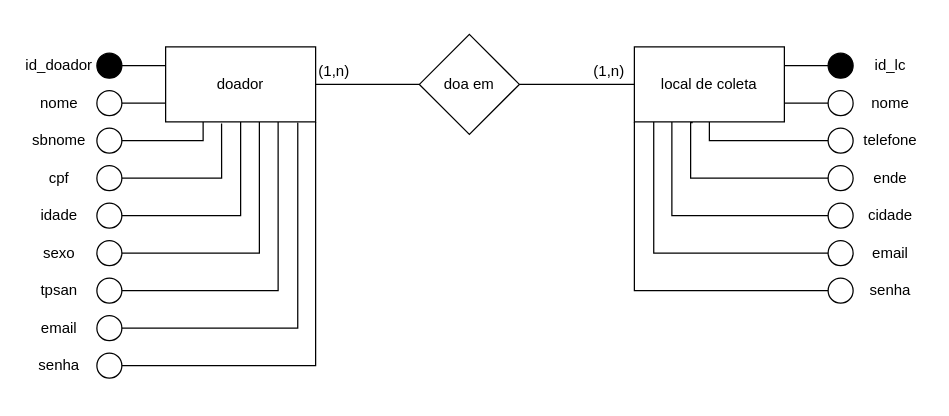
Above: Diagrama Conceitual.drawio in Aliel101/sistema-doacao-sangue (draw.io), before the change. Source tidied: cells renumbered, new cells numbered last; positions are measured from the earlier drawing's top-left corner, leaving out a move shared by most shapes. Both pictures are drawn from the tidied source at 125%, with x=0, y=0 at pixel (21, 34).
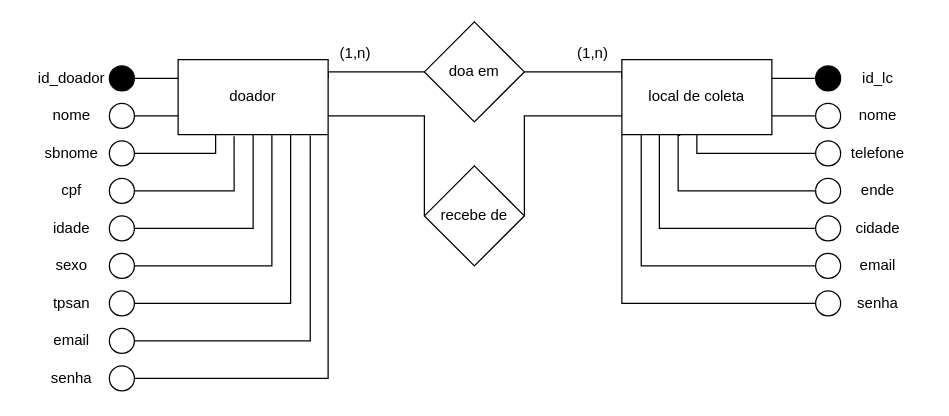
The same page after the edit.

What changed in the source:
```diff
@@
-    <mxCell id="2" style="edgeStyle=orthogonalEdgeStyle;rounded=0;jettySize=auto;html=1;exitX=1;exitY=0.5;exitDx=0;exitDy=0;entryX=0;entryY=0.5;entryDx=0;entryDy=0;endArrow=none;endFill=0;" parent="1" edge="1" source="3" target="5">
-      <mxGeometry relative="1" as="geometry" />
+    <mxCell id="2" style="edgeStyle=orthogonalEdgeStyle;rounded=0;jettySize=auto;html=1;exitX=1;exitY=0.25;exitDx=0;exitDy=0;entryX=0;entryY=0.5;entryDx=0;entryDy=0;endArrow=none;endFill=0;" parent="1" edge="1" source="3" target="5">
+      <mxGeometry relative="1" as="geometry">
+        <Array as="points">
+          <mxPoint x="245" y="30" />
+        </Array>
+      </mxGeometry>
     </mxCell>
     <mxCell id="3" value="doador" style="rounded=0;whiteSpace=wrap;html=1;" parent="1" vertex="1">
-      <mxGeometry x="115" y="10" width="120" height="60" as="geometry" />
+      <mxGeometry x="125" y="20.2" width="120" height="60" as="geometry" />
     </mxCell>
-    <mxCell id="4" style="edgeStyle=orthogonalEdgeStyle;rounded=0;jettySize=auto;html=1;exitX=1;exitY=0.5;exitDx=0;exitDy=0;entryX=0;entryY=0.5;entryDx=0;entryDy=0;endArrow=none;endFill=0;" parent="1" edge="1" source="5" target="9">
-      <mxGeometry relative="1" as="geometry" />
+    <mxCell id="4" style="edgeStyle=orthogonalEdgeStyle;rounded=0;jettySize=auto;html=1;exitX=1;exitY=0.5;exitDx=0;exitDy=0;entryX=0;entryY=0.25;entryDx=0;entryDy=0;endArrow=none;endFill=0;" parent="1" edge="1" source="5" target="9">
+      <mxGeometry relative="1" as="geometry">
+        <Array as="points">
+          <mxPoint x="480" y="30" />
+        </Array>
+      </mxGeometry>
     </mxCell>
     <mxCell id="5" value="doa em" style="rhombus;whiteSpace=wrap;html=1;" parent="1" vertex="1">
-      <mxGeometry x="318" width="80" height="80" as="geometry" />
+      <mxGeometry x="322" y="-10" width="80" height="80" as="geometry" />
     </mxCell>
@@
     <mxCell id="8" style="edgeStyle=orthogonalEdgeStyle;rounded=0;jettySize=auto;html=1;exitX=0.129;exitY=0.998;exitDx=0;exitDy=0;entryX=0;entryY=0.5;entryDx=0;entryDy=0;endArrow=none;endFill=0;exitPerimeter=0;" parent="1" edge="1" source="9" target="46">
       <mxGeometry relative="1" as="geometry">
         <Array as="points">
-          <mxPoint x="505" y="175" />
+          <mxPoint x="495" y="185.2" />
         </Array>
       </mxGeometry>
     </mxCell>
     <mxCell id="9" value="local de coleta" style="rounded=0;whiteSpace=wrap;html=1;" parent="1" vertex="1">
-      <mxGeometry x="490" y="10" width="120" height="60" as="geometry" />
+      <mxGeometry x="480" y="20.2" width="120" height="60" as="geometry" />
     </mxCell>
@@
     <mxCell id="11" style="ellipse;whiteSpace=wrap;html=1;fillColor=#000000;" parent="1" vertex="1">
-      <mxGeometry x="60" y="15" width="20" height="20" as="geometry" />
+      <mxGeometry x="70" y="25.2" width="20" height="20" as="geometry" />
     </mxCell>
     <mxCell id="12" style="ellipse;whiteSpace=wrap;html=1;" parent="1" vertex="1">
-      <mxGeometry x="60" y="75" width="20" height="20" as="geometry" />
+      <mxGeometry x="70" y="85.2" width="20" height="20" as="geometry" />
     </mxCell>
@@
     <mxCell id="14" style="ellipse;whiteSpace=wrap;html=1;" parent="1" vertex="1">
-      <mxGeometry x="60" y="45" width="20" height="20" as="geometry" />
+      <mxGeometry x="70" y="55.2" width="20" height="20" as="geometry" />
     </mxCell>
     <mxCell id="15" style="ellipse;whiteSpace=wrap;html=1;" parent="1" vertex="1">
-      <mxGeometry x="60" y="135" width="20" height="20" as="geometry" />
+      <mxGeometry x="70" y="145.2" width="20" height="20" as="geometry" />
     </mxCell>
     <mxCell id="16" style="edgeStyle=orthogonalEdgeStyle;rounded=0;jettySize=auto;html=1;exitX=1;exitY=0.5;exitDx=0;exitDy=0;entryX=0.373;entryY=1.023;entryDx=0;entryDy=0;endArrow=none;endFill=0;entryPerimeter=0;" parent="1" edge="1" source="17" target="3">
       <mxGeometry relative="1" as="geometry">
         <Array as="points">
-          <mxPoint x="160" y="115" />
+          <mxPoint x="170" y="125.2" />
         </Array>
       </mxGeometry>
     </mxCell>
     <mxCell id="17" style="ellipse;whiteSpace=wrap;html=1;" parent="1" vertex="1">
-      <mxGeometry x="60" y="105" width="20" height="20" as="geometry" />
+      <mxGeometry x="70" y="115.2" width="20" height="20" as="geometry" />
     </mxCell>
     <mxCell id="18" style="edgeStyle=orthogonalEdgeStyle;rounded=0;jettySize=auto;html=1;exitX=1;exitY=0.5;exitDx=0;exitDy=0;endArrow=none;endFill=0;" parent="1" edge="1" source="19">
       <mxGeometry relative="1" as="geometry">
-        <mxPoint x="190" y="70" as="targetPoint" />
+        <mxPoint x="200" y="80.2" as="targetPoint" />
         <Array as="points">
-          <mxPoint x="190" y="175" />
-          <mxPoint x="190" y="70" />
+          <mxPoint x="200" y="185.2" />
+          <mxPoint x="200" y="80.2" />
         </Array>
       </mxGeometry>
     </mxCell>
     <mxCell id="19" style="ellipse;whiteSpace=wrap;html=1;" parent="1" vertex="1">
-      <mxGeometry x="60" y="165" width="20" height="20" as="geometry" />
+      <mxGeometry x="70" y="175.2" width="20" height="20" as="geometry" />
     </mxCell>
     <mxCell id="20" value="id_doador" style="text;html=1;align=center;verticalAlign=middle;whiteSpace=wrap;rounded=0;" parent="1" vertex="1">
-      <mxGeometry y="10" width="60" height="30" as="geometry" />
+      <mxGeometry x="10" y="20.2" width="60" height="30" as="geometry" />
     </mxCell>
     <mxCell id="21" value="cpf" style="text;html=1;align=center;verticalAlign=middle;whiteSpace=wrap;rounded=0;" parent="1" vertex="1">
-      <mxGeometry y="100" width="60" height="30" as="geometry" />
+      <mxGeometry x="10" y="110.2" width="60" height="30" as="geometry" />
     </mxCell>
     <mxCell id="22" value="email" style="text;html=1;align=center;verticalAlign=middle;whiteSpace=wrap;rounded=0;" parent="1" vertex="1">
-      <mxGeometry y="217.5" width="60" height="35" as="geometry" />
+      <mxGeometry x="10" y="227.8" width="60" height="35" as="geometry" />
     </mxCell>
     <mxCell id="23" value="idade" style="text;html=1;align=center;verticalAlign=middle;whiteSpace=wrap;rounded=0;" parent="1" vertex="1">
-      <mxGeometry y="130" width="60" height="30" as="geometry" />
+      <mxGeometry x="10" y="140.2" width="60" height="30" as="geometry" />
     </mxCell>
     <mxCell id="24" value="tpsan" style="text;html=1;align=center;verticalAlign=middle;whiteSpace=wrap;rounded=0;" parent="1" vertex="1">
-      <mxGeometry y="190" width="60" height="30" as="geometry" />
+      <mxGeometry x="10" y="200.2" width="60" height="30" as="geometry" />
     </mxCell>
     <mxCell id="25" value="sexo" style="text;html=1;align=center;verticalAlign=middle;whiteSpace=wrap;rounded=0;" parent="1" vertex="1">
-      <mxGeometry y="160" width="60" height="30" as="geometry" />
+      <mxGeometry x="10" y="170.2" width="60" height="30" as="geometry" />
     </mxCell>
@@
     <mxCell id="27" style="edgeStyle=orthogonalEdgeStyle;rounded=0;jettySize=auto;html=1;exitX=1;exitY=0.5;exitDx=0;exitDy=0;entryX=0.25;entryY=1;entryDx=0;entryDy=0;endArrow=none;endFill=0;" parent="1" edge="1" source="12" target="3">
       <mxGeometry relative="1" as="geometry">
         <Array as="points">
-          <mxPoint x="145" y="85" />
+          <mxPoint x="155" y="95.2" />
         </Array>
       </mxGeometry>
     </mxCell>
     <mxCell id="28" style="ellipse;whiteSpace=wrap;html=1;fillColor=#000000;strokeColor=#000000;" parent="1" vertex="1">
-      <mxGeometry x="645" y="15" width="20" height="20" as="geometry" />
+      <mxGeometry x="635" y="25.2" width="20" height="20" as="geometry" />
     </mxCell>
     <mxCell id="29" style="ellipse;whiteSpace=wrap;html=1;" parent="1" vertex="1">
-      <mxGeometry x="645" y="45" width="20" height="20" as="geometry" />
+      <mxGeometry x="635" y="55.2" width="20" height="20" as="geometry" />
     </mxCell>
     <mxCell id="30" style="edgeStyle=orthogonalEdgeStyle;rounded=0;jettySize=auto;html=1;exitX=0;exitY=0.5;exitDx=0;exitDy=0;endArrow=none;endFill=0;entryX=0.25;entryY=1;entryDx=0;entryDy=0;" parent="1" edge="1" source="45" target="9">
       <mxGeometry relative="1" as="geometry">
         <Array as="points">
-          <mxPoint x="520" y="145" />
+          <mxPoint x="510" y="155.2" />
         </Array>
       </mxGeometry>
     </mxCell>
@@
     <mxCell id="32" style="edgeStyle=orthogonalEdgeStyle;rounded=0;jettySize=auto;html=1;exitX=0;exitY=0.5;exitDx=0;exitDy=0;entryX=0.5;entryY=1;entryDx=0;entryDy=0;endArrow=none;endFill=0;" parent="1" edge="1" source="33" target="9">
       <mxGeometry relative="1" as="geometry">
         <Array as="points">
-          <mxPoint x="550" y="85" />
+          <mxPoint x="540" y="95.2" />
         </Array>
       </mxGeometry>
     </mxCell>
     <mxCell id="33" style="ellipse;whiteSpace=wrap;html=1;" parent="1" vertex="1">
-      <mxGeometry x="645" y="75" width="20" height="20" as="geometry" />
+      <mxGeometry x="635" y="85.2" width="20" height="20" as="geometry" />
     </mxCell>
     <mxCell id="34" style="ellipse;whiteSpace=wrap;html=1;" parent="1" vertex="1">
-      <mxGeometry x="645" y="105" width="20" height="20" as="geometry" />
+      <mxGeometry x="635" y="115.2" width="20" height="20" as="geometry" />
     </mxCell>
@@
     <mxCell id="36" style="ellipse;whiteSpace=wrap;html=1;" parent="1" vertex="1">
-      <mxGeometry x="60" y="195" width="20" height="20" as="geometry" />
+      <mxGeometry x="70" y="205.2" width="20" height="20" as="geometry" />
     </mxCell>
     <mxCell id="37" style="ellipse;whiteSpace=wrap;html=1;" parent="1" vertex="1">
-      <mxGeometry x="60" y="225" width="20" height="20" as="geometry" />
+      <mxGeometry x="70" y="235.2" width="20" height="20" as="geometry" />
     </mxCell>
@@
     <mxCell id="39" style="ellipse;whiteSpace=wrap;html=1;" parent="1" vertex="1">
-      <mxGeometry x="60" y="255" width="20" height="20" as="geometry" />
+      <mxGeometry x="70" y="265.2" width="20" height="20" as="geometry" />
     </mxCell>
     <mxCell id="40" value="senha" style="text;html=1;align=center;verticalAlign=middle;whiteSpace=wrap;rounded=0;" parent="1" vertex="1">
-      <mxGeometry y="252.5" width="60" height="25" as="geometry" />
+      <mxGeometry x="10" y="262.8" width="60" height="25" as="geometry" />
     </mxCell>
     <mxCell id="41" value="nome" style="text;html=1;align=center;verticalAlign=middle;whiteSpace=wrap;rounded=0;" parent="1" vertex="1">
-      <mxGeometry y="40" width="60" height="30" as="geometry" />
+      <mxGeometry x="10" y="50.2" width="60" height="30" as="geometry" />
     </mxCell>
     <mxCell id="42" value="sbnome" style="text;html=1;align=center;verticalAlign=middle;whiteSpace=wrap;rounded=0;" parent="1" vertex="1">
-      <mxGeometry y="70" width="60" height="30" as="geometry" />
+      <mxGeometry x="10" y="80.2" width="60" height="30" as="geometry" />
     </mxCell>
@@
     <mxCell id="44" style="edgeStyle=orthogonalEdgeStyle;rounded=0;jettySize=auto;html=1;exitX=0;exitY=0.5;exitDx=0;exitDy=0;entryX=0;entryY=1;entryDx=0;entryDy=0;endArrow=none;endFill=0;" parent="1" edge="1" source="54" target="9">
       <mxGeometry relative="1" as="geometry">
         <Array as="points">
-          <mxPoint x="490" y="205" />
+          <mxPoint x="480" y="215.2" />
         </Array>
       </mxGeometry>
     </mxCell>
     <mxCell id="45" style="ellipse;whiteSpace=wrap;html=1;" parent="1" vertex="1">
-      <mxGeometry x="645" y="135" width="20" height="20" as="geometry" />
+      <mxGeometry x="635" y="145.2" width="20" height="20" as="geometry" />
     </mxCell>
     <mxCell id="46" style="ellipse;whiteSpace=wrap;html=1;" parent="1" vertex="1">
-      <mxGeometry x="645" y="165" width="20" height="20" as="geometry" />
+      <mxGeometry x="635" y="175.2" width="20" height="20" as="geometry" />
     </mxCell>
     <mxCell id="47" style="edgeStyle=orthogonalEdgeStyle;rounded=0;jettySize=auto;html=1;endArrow=none;endFill=0;entryX=0.389;entryY=1.01;entryDx=0;entryDy=0;entryPerimeter=0;" parent="1" edge="1" target="9">
       <mxGeometry relative="1" as="geometry">
-        <mxPoint x="645" y="115" as="sourcePoint" />
+        <mxPoint x="635" y="125.2" as="sourcePoint" />
         <Array as="points">
-          <mxPoint x="535" y="115" />
-          <mxPoint x="535" y="71" />
+          <mxPoint x="525" y="125.2" />
+          <mxPoint x="525" y="81.2" />
         </Array>
       </mxGeometry>
     </mxCell>
     <mxCell id="48" value="id_lc" style="text;html=1;align=center;verticalAlign=middle;whiteSpace=wrap;rounded=0;" parent="1" vertex="1">
-      <mxGeometry x="665" y="10" width="60" height="30" as="geometry" />
+      <mxGeometry x="655" y="20.2" width="60" height="30" as="geometry" />
     </mxCell>
     <mxCell id="49" value="nome" style="text;html=1;align=center;verticalAlign=middle;whiteSpace=wrap;rounded=0;" parent="1" vertex="1">
-      <mxGeometry x="665" y="40" width="60" height="30" as="geometry" />
+      <mxGeometry x="655" y="50.2" width="60" height="30" as="geometry" />
     </mxCell>
     <mxCell id="50" value="email" style="text;html=1;align=center;verticalAlign=middle;whiteSpace=wrap;rounded=0;" parent="1" vertex="1">
-      <mxGeometry x="665" y="160" width="60" height="30" as="geometry" />
+      <mxGeometry x="655" y="170.2" width="60" height="30" as="geometry" />
     </mxCell>
     <mxCell id="51" value="senha" style="text;html=1;align=center;verticalAlign=middle;whiteSpace=wrap;rounded=0;" parent="1" vertex="1">
-      <mxGeometry x="665" y="190" width="60" height="30" as="geometry" />
+      <mxGeometry x="655" y="200.2" width="60" height="30" as="geometry" />
     </mxCell>
     <mxCell id="52" value="ende" style="text;html=1;align=center;verticalAlign=middle;whiteSpace=wrap;rounded=0;" parent="1" vertex="1">
-      <mxGeometry x="665" y="100" width="60" height="30" as="geometry" />
+      <mxGeometry x="655" y="110.2" width="60" height="30" as="geometry" />
     </mxCell>
     <mxCell id="53" value="cidade" style="text;html=1;align=center;verticalAlign=middle;whiteSpace=wrap;rounded=0;" parent="1" vertex="1">
-      <mxGeometry x="665" y="130" width="60" height="30" as="geometry" />
+      <mxGeometry x="655" y="140.2" width="60" height="30" as="geometry" />
     </mxCell>
     <mxCell id="54" style="ellipse;whiteSpace=wrap;html=1;" parent="1" vertex="1">
-      <mxGeometry x="645" y="195" width="20" height="20" as="geometry" />
+      <mxGeometry x="635" y="205.2" width="20" height="20" as="geometry" />
     </mxCell>
     <mxCell id="55" value="telefone" style="text;html=1;align=center;verticalAlign=middle;whiteSpace=wrap;rounded=0;" parent="1" vertex="1">
-      <mxGeometry x="665" y="70" width="60" height="30" as="geometry" />
+      <mxGeometry x="655" y="80.2" width="60" height="30" as="geometry" />
     </mxCell>
     <mxCell id="56" value="(1,n)" style="text;html=1;align=center;verticalAlign=middle;whiteSpace=wrap;rounded=0;" parent="1" vertex="1">
-      <mxGeometry x="440" y="15" width="60" height="30" as="geometry" />
+      <mxGeometry x="427" width="60" height="30" as="geometry" />
     </mxCell>
     <mxCell id="57" value="(1,n)" style="text;html=1;align=center;verticalAlign=middle;whiteSpace=wrap;rounded=0;" parent="1" vertex="1">
-      <mxGeometry x="220" y="15" width="60" height="30" as="geometry" />
+      <mxGeometry x="237" width="60" height="30" as="geometry" />
     </mxCell>
+    <mxCell id="58" style="edgeStyle=orthogonalEdgeStyle;rounded=0;jettySize=auto;html=1;exitX=1;exitY=0.5;exitDx=0;exitDy=0;entryX=0;entryY=0.75;entryDx=0;entryDy=0;endArrow=none;endFill=0;" parent="1" edge="1" source="60" target="9">
+      <mxGeometry relative="1" as="geometry">
+        <Array as="points">
+          <mxPoint x="402" y="65" />
+        </Array>
+      </mxGeometry>
+    </mxCell>
+    <mxCell id="59" style="edgeStyle=orthogonalEdgeStyle;rounded=0;jettySize=auto;html=1;exitX=0;exitY=0.5;exitDx=0;exitDy=0;entryX=1;entryY=0.75;entryDx=0;entryDy=0;endArrow=none;endFill=0;" parent="1" edge="1" source="60" target="3">
+      <mxGeometry relative="1" as="geometry">
+        <Array as="points">
+          <mxPoint x="322" y="65" />
+        </Array>
+      </mxGeometry>
+    </mxCell>
+    <mxCell id="60" value="recebe de" style="rhombus;whiteSpace=wrap;html=1;" parent="1" vertex="1">
+      <mxGeometry x="322" y="105.2" width="80" height="80" as="geometry" />
+    </mxCell>
```
